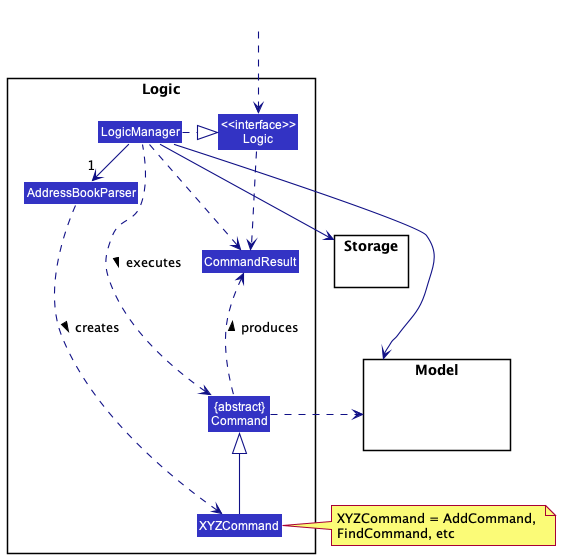
The PlantUML diagram docs/images/LogicClassDiagram.png in nus-cs2103-AY2223S1/tp, before a commit.
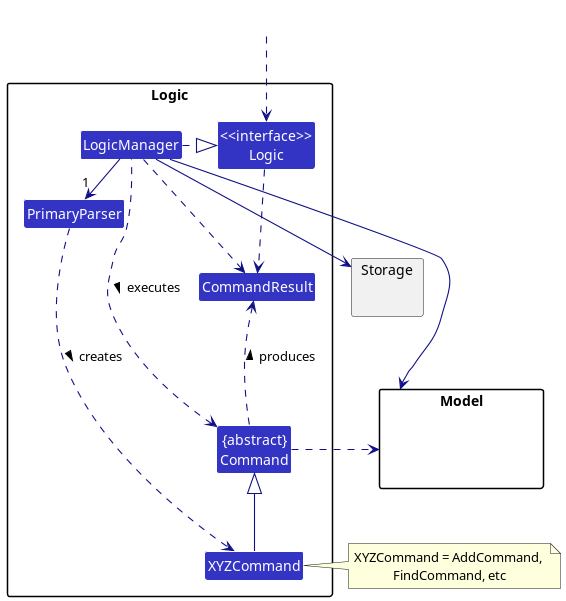
The same file after the commit.

The edit, as a diff of the source:
```diff
@@ -6,7 +6,7 @@
 
 package Logic {
 
-Class AddressBookParser
+Class PrimaryParser
 Class XYZCommand
 Class CommandResult
 Class "{abstract}\nCommand" as Command
@@ -27,8 +27,8 @@
 HiddenOutside ..> Logic
 
 LogicManager .right.|> Logic
-LogicManager -right->"1" AddressBookParser
-AddressBookParser ..> XYZCommand : creates >
+LogicManager -right->"1" PrimaryParser
+PrimaryParser ..> XYZCommand : creates >
 
 XYZCommand -up-|> Command
 LogicManager .left.> Command : executes >
```
